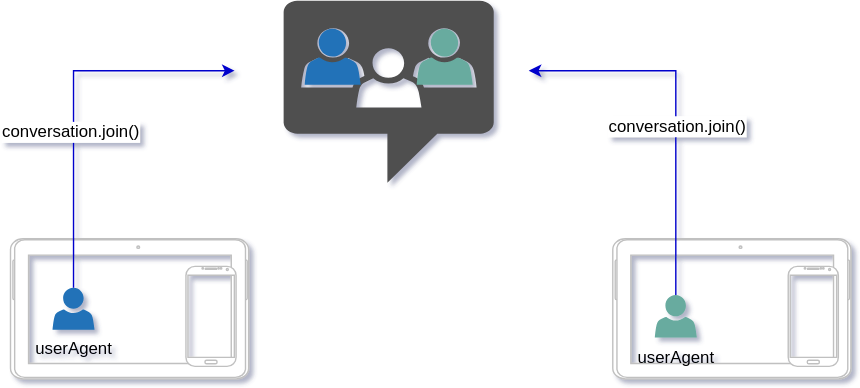
This is src/assets/apirtc_conversation_join.svg from kmoyse-apizee/apizee, a draw.io export, as it was before one commit. Source tidied: cells renumbered, new cells last; positions are measured from the earlier drawing's top-left corner, leaving out a move shared by most shapes. Its diagram source:
```xml
<mxGraphModel>
  <root>
    <mxCell id="0" />
    <mxCell id="1" parent="0" />
    <mxCell id="2" style="group;" parent="1" vertex="1">
      <mxGeometry y="170" width="170" height="100" as="geometry" />
    </mxCell>
    <mxCell id="3" style="verticalLabelPosition=bottom;verticalAlign=top;html=1;shadow=0;dashed=0;strokeWidth=1;shape=mxgraph.android.tab2;strokeColor=#c0c0c0;direction=north;" parent="2" vertex="1">
      <mxGeometry width="170" height="100" as="geometry" />
    </mxCell>
    <mxCell id="4" style="verticalLabelPosition=bottom;verticalAlign=top;html=1;shadow=0;dashed=0;strokeWidth=1;shape=mxgraph.android.phone2;strokeColor=#c0c0c0;" parent="2" vertex="1">
      <mxGeometry x="125.3" y="19.6" width="35.8" height="71.4" as="geometry" />
    </mxCell>
    <mxCell id="5" value="userAgent" style="shadow=0;dashed=0;html=1;strokeColor=none;labelPosition=center;verticalLabelPosition=bottom;verticalAlign=top;outlineConnect=0;align=center;shape=mxgraph.office.users.user;fillColor=#2072B8;" parent="2" vertex="1">
      <mxGeometry x="30" y="35" width="30" height="30" as="geometry" />
    </mxCell>
    <mxCell id="6" style="group;" parent="1" vertex="1">
      <mxGeometry x="430" y="170" width="170" height="100" as="geometry" />
    </mxCell>
    <mxCell id="7" style="verticalLabelPosition=bottom;verticalAlign=top;html=1;shadow=0;dashed=0;strokeWidth=1;shape=mxgraph.android.tab2;strokeColor=#c0c0c0;direction=north;" parent="6" vertex="1">
      <mxGeometry width="170" height="100" as="geometry" />
    </mxCell>
    <mxCell id="8" style="verticalLabelPosition=bottom;verticalAlign=top;html=1;shadow=0;dashed=0;strokeWidth=1;shape=mxgraph.android.phone2;strokeColor=#c0c0c0;" parent="6" vertex="1">
      <mxGeometry x="125.3" y="19.6" width="35.8" height="71.4" as="geometry" />
    </mxCell>
    <mxCell id="9" value="userAgent" style="shadow=0;dashed=0;html=1;strokeColor=none;labelPosition=center;verticalLabelPosition=bottom;verticalAlign=top;outlineConnect=0;align=center;shape=mxgraph.office.users.user;fillColor=#67AB9F;" parent="6" vertex="1">
      <mxGeometry x="30" y="40.2" width="30" height="30.4" as="geometry" />
    </mxCell>
    <mxCell id="10" style="edgeStyle=orthogonalEdgeStyle;rounded=0;jettySize=auto;html=1;strokeColor=#0000CC;" parent="1" edge="1" source="5">
      <mxGeometry relative="1" as="geometry">
        <mxPoint x="160" y="50" as="targetPoint" />
        <Array as="points">
          <mxPoint x="45" y="50" />
        </Array>
      </mxGeometry>
    </mxCell>
    <mxCell id="11" value="&lt;span style=&quot;font-size: 12px&quot;&gt;conversation.join()&lt;/span&gt;" style="edgeLabel;html=1;align=center;verticalAlign=middle;" parent="10" vertex="1">
      <mxGeometry x="-0.17" y="3" relative="1" as="geometry" />
    </mxCell>
    <mxCell id="12" style="edgeStyle=orthogonalEdgeStyle;rounded=0;jettySize=auto;html=1;strokeColor=#0000CC;" parent="1" edge="1" source="9">
      <mxGeometry relative="1" as="geometry">
        <mxPoint x="370" y="50" as="targetPoint" />
        <Array as="points">
          <mxPoint x="475" y="50" />
        </Array>
      </mxGeometry>
    </mxCell>
    <mxCell id="13" value="&lt;span style=&quot;font-size: 12px&quot;&gt;conversation.join()&lt;/span&gt;" style="edgeLabel;html=1;align=center;verticalAlign=middle;" parent="12" vertex="1">
      <mxGeometry x="-0.09" y="1" relative="1" as="geometry">
        <mxPoint x="1" as="offset" />
      </mxGeometry>
    </mxCell>
    <mxCell id="14" style="shadow=0;dashed=0;html=1;strokeColor=none;fillColor=#505050;labelPosition=center;verticalLabelPosition=bottom;verticalAlign=top;align=center;shape=mxgraph.office.communications.chat_room;" parent="1" vertex="1">
      <mxGeometry x="195" width="150" height="130" as="geometry" />
    </mxCell>
    <mxCell id="15" style="shadow=0;dashed=0;html=1;strokeColor=none;labelPosition=center;verticalLabelPosition=bottom;verticalAlign=top;align=center;shape=mxgraph.office.users.user;fillColor=#2072B8;" parent="1" vertex="1">
      <mxGeometry x="210" y="20" width="40" height="40" as="geometry" />
    </mxCell>
    <mxCell id="16" style="shadow=0;dashed=0;html=1;strokeColor=none;labelPosition=center;verticalLabelPosition=bottom;verticalAlign=top;align=center;shape=mxgraph.office.users.user;fillColor=#67AB9F;" parent="1" vertex="1">
      <mxGeometry x="290" y="20" width="40" height="40" as="geometry" />
    </mxCell>
  </root>
</mxGraphModel>
```
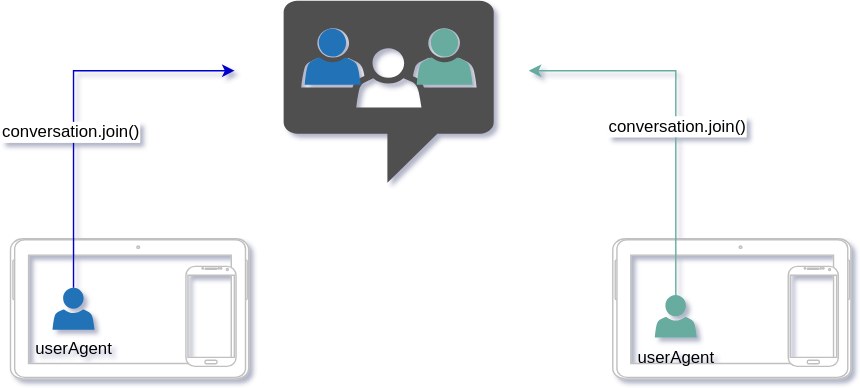
Later version of the same file.

The edit, as a diff of the source:
```diff
@@ -37,7 +37,7 @@
     <mxCell id="11" value="&lt;span style=&quot;font-size: 12px&quot;&gt;conversation.join()&lt;/span&gt;" style="edgeLabel;html=1;align=center;verticalAlign=middle;" parent="10" vertex="1">
       <mxGeometry x="-0.17" y="3" relative="1" as="geometry" />
     </mxCell>
-    <mxCell id="12" style="edgeStyle=orthogonalEdgeStyle;rounded=0;jettySize=auto;html=1;strokeColor=#0000CC;" parent="1" edge="1" source="9">
+    <mxCell id="12" style="edgeStyle=orthogonalEdgeStyle;rounded=0;jettySize=auto;html=1;strokeColor=#67AB9F;" parent="1" edge="1" source="9">
       <mxGeometry relative="1" as="geometry">
         <mxPoint x="370" y="50" as="targetPoint" />
         <Array as="points">
```
